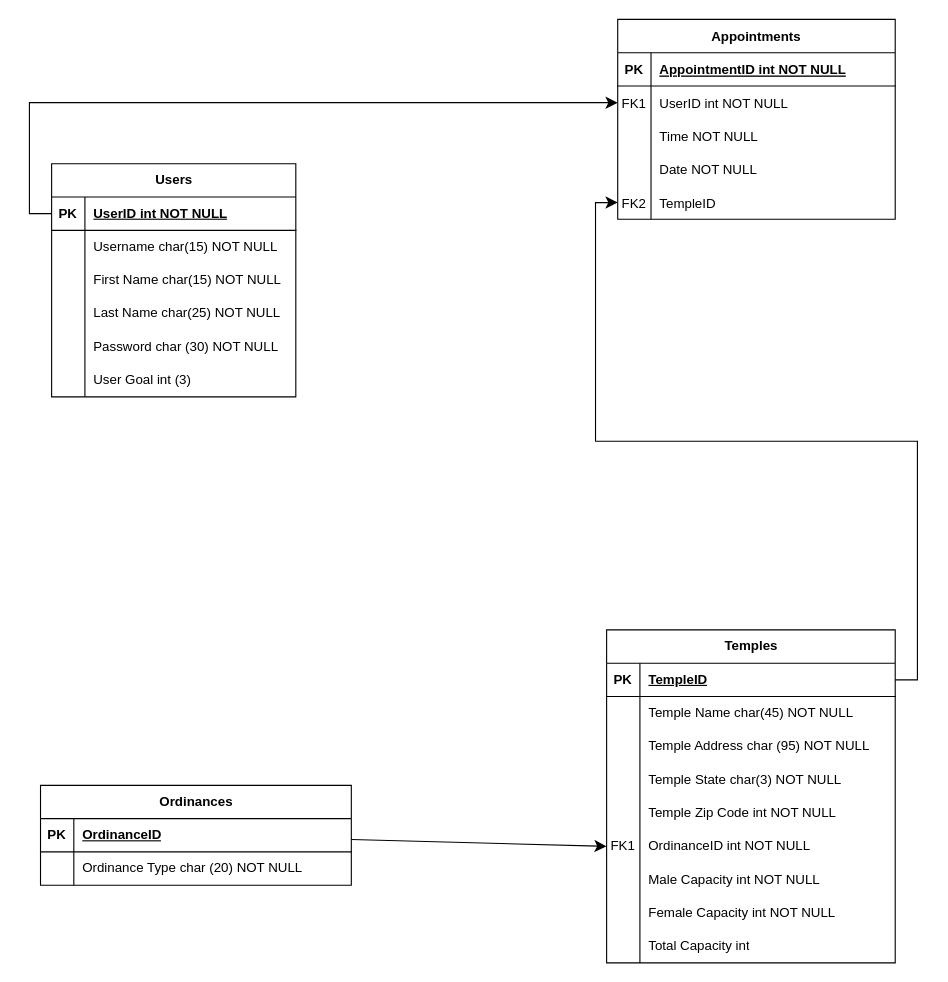
The draw.io diagram 401TempleERD.drawio in randengrims/401TempleApp, before the edit. Source tidied: cells renumbered, new cells numbered last; positions are measured from the earlier drawing's top-left corner, leaving out a move shared by most shapes. Both pictures are drawn from the tidied source at 111%, with x=0, y=0 at pixel (40, 19).
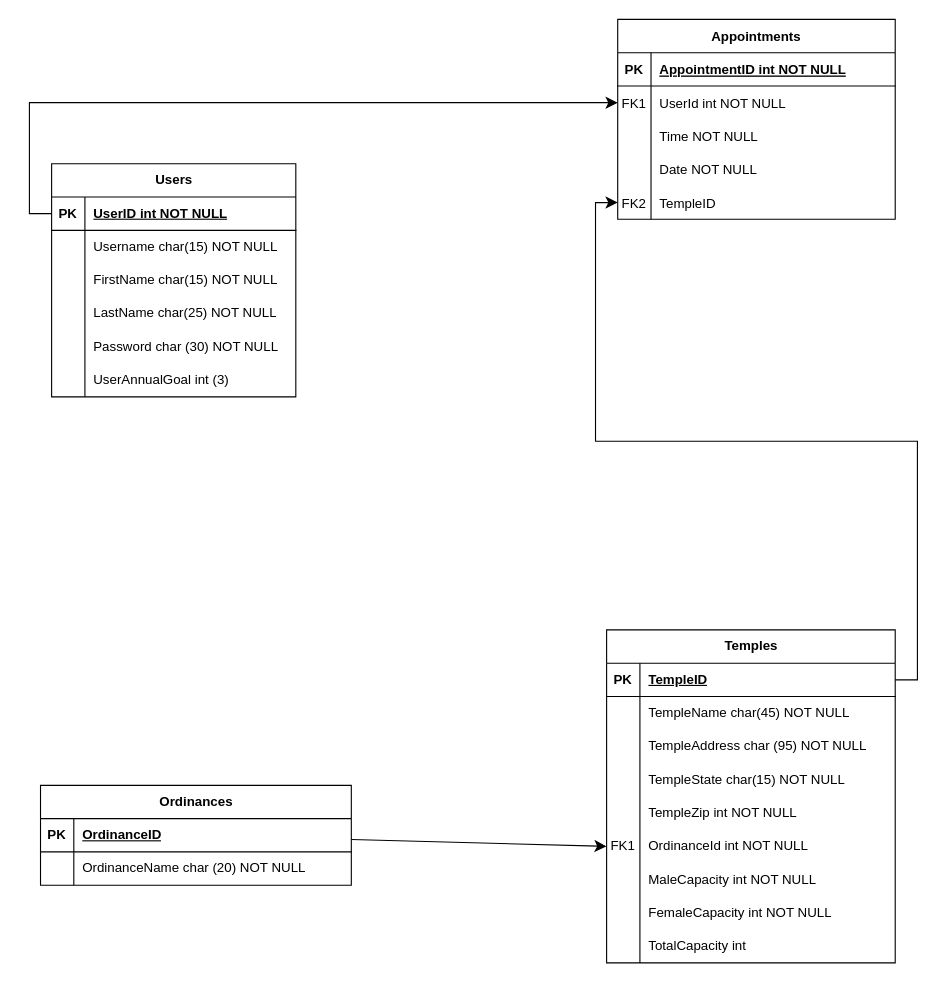
The same diagram, later.

Unchanged cells that the change refers to:
```xml
<mxCell id="6" style="shape=partialRectangle;fillColor=none;points=[[0,0.5],[1,0.5]];portConstraint=eastwest;top=0;left=0;right=0;bottom=0;" parent="2" vertex="1">
  <mxGeometry y="60" width="250" height="30" as="geometry" />
</mxCell>
<mxCell id="25" style="shape=tableRow;horizontal=0;startSize=0;swimlaneHead=0;swimlaneBody=0;fillColor=none;top=0;left=0;right=0;bottom=0;" parent="18" vertex="1">
  <mxGeometry y="90" width="220" height="30" as="geometry" />
</mxCell>
<mxCell id="28" style="shape=tableRow;horizontal=0;startSize=0;swimlaneHead=0;swimlaneBody=0;fillColor=none;top=0;left=0;right=0;bottom=0;" parent="18" vertex="1">
  <mxGeometry y="120" width="220" height="30" as="geometry" />
</mxCell>
<mxCell id="34" style="shape=tableRow;horizontal=0;startSize=0;swimlaneHead=0;swimlaneBody=0;fillColor=none;top=0;left=0;right=0;bottom=0;" parent="18" vertex="1">
  <mxGeometry y="180" width="220" height="30" as="geometry" />
</mxCell>
<mxCell id="41" style="shape=tableRow;horizontal=0;startSize=0;swimlaneHead=0;swimlaneBody=0;fillColor=none;top=0;left=0;right=0;bottom=0;" parent="37" vertex="1">
  <mxGeometry y="60" width="260" height="30" as="geometry" />
</mxCell>
<mxCell id="44" style="shape=tableRow;horizontal=0;startSize=0;swimlaneHead=0;swimlaneBody=0;fillColor=none;top=0;left=0;right=0;bottom=0;" parent="37" vertex="1">
  <mxGeometry y="90" width="260" height="30" as="geometry" />
</mxCell>
<mxCell id="47" style="shape=tableRow;horizontal=0;startSize=0;swimlaneHead=0;swimlaneBody=0;fillColor=none;top=0;left=0;right=0;bottom=0;" parent="37" vertex="1">
  <mxGeometry y="120" width="260" height="30" as="geometry" />
</mxCell>
<mxCell id="50" style="shape=tableRow;horizontal=0;startSize=0;swimlaneHead=0;swimlaneBody=0;fillColor=none;top=0;left=0;right=0;bottom=0;" parent="37" vertex="1">
  <mxGeometry y="150" width="260" height="30" as="geometry" />
</mxCell>
<mxCell id="53" style="shape=tableRow;horizontal=0;startSize=0;swimlaneHead=0;swimlaneBody=0;fillColor=none;points=[[0,0.5],[1,0.5]];portConstraint=eastwest;top=0;left=0;right=0;bottom=0;" parent="37" vertex="1">
  <mxGeometry y="180" width="260" height="30" as="geometry" />
</mxCell>
<mxCell id="56" style="shape=tableRow;horizontal=0;startSize=0;swimlaneHead=0;swimlaneBody=0;fillColor=none;top=0;left=0;right=0;bottom=0;" parent="37" vertex="1">
  <mxGeometry y="210" width="260" height="30" as="geometry" />
</mxCell>
<mxCell id="59" style="shape=tableRow;horizontal=0;startSize=0;swimlaneHead=0;swimlaneBody=0;fillColor=none;top=0;left=0;right=0;bottom=0;" parent="37" vertex="1">
  <mxGeometry y="240" width="260" height="30" as="geometry" />
</mxCell>
<mxCell id="62" style="shape=tableRow;horizontal=0;startSize=0;swimlaneHead=0;swimlaneBody=0;fillColor=none;top=0;left=0;right=0;bottom=0;" parent="37" vertex="1">
  <mxGeometry y="270" width="260" height="30" as="geometry" />
</mxCell>
<mxCell id="69" style="shape=tableRow;horizontal=0;startSize=0;swimlaneHead=0;swimlaneBody=0;fillColor=none;top=0;left=0;right=0;bottom=0;" parent="65" vertex="1">
  <mxGeometry y="60" width="280" height="30" as="geometry" />
</mxCell>
```

Diff of the diagram source:
```diff
@@
-    <mxCell id="8" value="UserID int NOT NULL" style="shape=partialRectangle;overflow=hidden;fillColor=none;top=0;left=0;bottom=0;right=0;align=left;spacingLeft=6;" parent="6" vertex="1">
+    <mxCell id="8" value="UserId int NOT NULL" style="shape=partialRectangle;overflow=hidden;fillColor=none;top=0;left=0;bottom=0;right=0;align=left;spacingLeft=6;" parent="6" vertex="1">
       <mxGeometry x="30" width="220" height="30" as="geometry" />
     </mxCell>
@@
-    <mxCell id="27" value="&lt;span style=&quot;text-wrap-mode: nowrap;&quot;&gt;First Name char(15) NOT NULL&lt;/span&gt;" style="shape=partialRectangle;fillColor=none;top=0;left=0;bottom=0;right=0;align=left;spacingLeft=6;overflow=hidden;whiteSpace=wrap;html=1;" parent="25" vertex="1">
+    <mxCell id="27" value="&lt;span style=&quot;text-wrap-mode: nowrap;&quot;&gt;FirstName char(15) NOT NULL&lt;/span&gt;" style="shape=partialRectangle;fillColor=none;top=0;left=0;bottom=0;right=0;align=left;spacingLeft=6;overflow=hidden;whiteSpace=wrap;html=1;" parent="25" vertex="1">
       <mxGeometry x="30" width="190" height="30" as="geometry" />
     </mxCell>
@@
-    <mxCell id="30" value="&lt;span style=&quot;text-wrap-mode: nowrap;&quot;&gt;Last Name char(25) NOT NULL&lt;/span&gt;" style="shape=partialRectangle;fillColor=none;top=0;left=0;bottom=0;right=0;align=left;spacingLeft=6;overflow=hidden;whiteSpace=wrap;html=1;" parent="28" vertex="1">
+    <mxCell id="30" value="&lt;span style=&quot;text-wrap-mode: nowrap;&quot;&gt;LastName char(25) NOT NULL&lt;/span&gt;" style="shape=partialRectangle;fillColor=none;top=0;left=0;bottom=0;right=0;align=left;spacingLeft=6;overflow=hidden;whiteSpace=wrap;html=1;" parent="28" vertex="1">
       <mxGeometry x="30" width="190" height="30" as="geometry" />
     </mxCell>
@@
-    <mxCell id="36" value="User Goal int (3)" style="shape=partialRectangle;fillColor=none;top=0;left=0;bottom=0;right=0;align=left;spacingLeft=6;overflow=hidden;whiteSpace=wrap;html=1;" parent="34" vertex="1">
+    <mxCell id="36" value="UserAnnualGoal int (3)" style="shape=partialRectangle;fillColor=none;top=0;left=0;bottom=0;right=0;align=left;spacingLeft=6;overflow=hidden;whiteSpace=wrap;html=1;" parent="34" vertex="1">
       <mxGeometry x="30" width="190" height="30" as="geometry" />
     </mxCell>
@@
-    <mxCell id="43" value="&lt;span style=&quot;text-wrap-mode: nowrap;&quot;&gt;Temple Name char(45) NOT NULL&lt;/span&gt;" style="shape=partialRectangle;fillColor=none;top=0;left=0;bottom=0;right=0;align=left;spacingLeft=6;overflow=hidden;whiteSpace=wrap;html=1;" parent="41" vertex="1">
+    <mxCell id="43" value="&lt;span style=&quot;text-wrap-mode: nowrap;&quot;&gt;TempleName char(45) NOT NULL&lt;/span&gt;" style="shape=partialRectangle;fillColor=none;top=0;left=0;bottom=0;right=0;align=left;spacingLeft=6;overflow=hidden;whiteSpace=wrap;html=1;" parent="41" vertex="1">
       <mxGeometry x="30" width="230" height="30" as="geometry" />
     </mxCell>
@@
-    <mxCell id="46" value="&lt;span style=&quot;text-wrap-mode: nowrap;&quot;&gt;Temple Address char (95) NOT NULL&lt;/span&gt;" style="shape=partialRectangle;fillColor=none;top=0;left=0;bottom=0;right=0;align=left;spacingLeft=6;overflow=hidden;whiteSpace=wrap;html=1;" parent="44" vertex="1">
+    <mxCell id="46" value="&lt;span style=&quot;text-wrap-mode: nowrap;&quot;&gt;TempleAddress char (95) NOT NULL&lt;/span&gt;" style="shape=partialRectangle;fillColor=none;top=0;left=0;bottom=0;right=0;align=left;spacingLeft=6;overflow=hidden;whiteSpace=wrap;html=1;" parent="44" vertex="1">
       <mxGeometry x="30" width="230" height="30" as="geometry" />
     </mxCell>
@@
-    <mxCell id="49" value="Temple State char(3) NOT NULL" style="shape=partialRectangle;fillColor=none;top=0;left=0;bottom=0;right=0;align=left;spacingLeft=6;overflow=hidden;whiteSpace=wrap;html=1;" parent="47" vertex="1">
+    <mxCell id="49" value="TempleState char(15) NOT NULL" style="shape=partialRectangle;fillColor=none;top=0;left=0;bottom=0;right=0;align=left;spacingLeft=6;overflow=hidden;whiteSpace=wrap;html=1;" parent="47" vertex="1">
       <mxGeometry x="30" width="230" height="30" as="geometry" />
     </mxCell>
@@
-    <mxCell id="52" value="Temple Zip Code int NOT NULL" style="shape=partialRectangle;fillColor=none;top=0;left=0;bottom=0;right=0;align=left;spacingLeft=6;overflow=hidden;whiteSpace=wrap;html=1;" parent="50" vertex="1">
+    <mxCell id="52" value="TempleZip int NOT NULL" style="shape=partialRectangle;fillColor=none;top=0;left=0;bottom=0;right=0;align=left;spacingLeft=6;overflow=hidden;whiteSpace=wrap;html=1;" parent="50" vertex="1">
       <mxGeometry x="30" width="230" height="30" as="geometry" />
     </mxCell>
@@
-    <mxCell id="55" value="OrdinanceID int NOT NULL" style="shape=partialRectangle;fillColor=none;top=0;left=0;bottom=0;right=0;align=left;spacingLeft=6;overflow=hidden;whiteSpace=wrap;html=1;" parent="53" vertex="1">
+    <mxCell id="55" value="OrdinanceId int NOT NULL" style="shape=partialRectangle;fillColor=none;top=0;left=0;bottom=0;right=0;align=left;spacingLeft=6;overflow=hidden;whiteSpace=wrap;html=1;" parent="53" vertex="1">
       <mxGeometry x="30" width="230" height="30" as="geometry" />
     </mxCell>
@@
-    <mxCell id="58" value="Male Capacity int NOT NULL" style="shape=partialRectangle;fillColor=none;top=0;left=0;bottom=0;right=0;align=left;spacingLeft=6;overflow=hidden;whiteSpace=wrap;html=1;" parent="56" vertex="1">
+    <mxCell id="58" value="MaleCapacity int NOT NULL" style="shape=partialRectangle;fillColor=none;top=0;left=0;bottom=0;right=0;align=left;spacingLeft=6;overflow=hidden;whiteSpace=wrap;html=1;" parent="56" vertex="1">
       <mxGeometry x="30" width="230" height="30" as="geometry" />
     </mxCell>
@@
-    <mxCell id="61" value="Female Capacity int NOT NULL" style="shape=partialRectangle;fillColor=none;top=0;left=0;bottom=0;right=0;align=left;spacingLeft=6;overflow=hidden;whiteSpace=wrap;html=1;" parent="59" vertex="1">
+    <mxCell id="61" value="FemaleCapacity int NOT NULL" style="shape=partialRectangle;fillColor=none;top=0;left=0;bottom=0;right=0;align=left;spacingLeft=6;overflow=hidden;whiteSpace=wrap;html=1;" parent="59" vertex="1">
       <mxGeometry x="30" width="230" height="30" as="geometry" />
     </mxCell>
@@
-    <mxCell id="64" value="Total Capacity int" style="shape=partialRectangle;fillColor=none;top=0;left=0;bottom=0;right=0;align=left;spacingLeft=6;overflow=hidden;whiteSpace=wrap;html=1;" parent="62" vertex="1">
+    <mxCell id="64" value="TotalCapacity int" style="shape=partialRectangle;fillColor=none;top=0;left=0;bottom=0;right=0;align=left;spacingLeft=6;overflow=hidden;whiteSpace=wrap;html=1;" parent="62" vertex="1">
       <mxGeometry x="30" width="230" height="30" as="geometry" />
     </mxCell>
@@
-    <mxCell id="71" value="Ordinance Type char (20) NOT NULL" style="shape=partialRectangle;fillColor=none;top=0;left=0;bottom=0;right=0;align=left;spacingLeft=6;overflow=hidden;whiteSpace=wrap;html=1;" parent="69" vertex="1">
+    <mxCell id="71" value="OrdinanceName char (20) NOT NULL" style="shape=partialRectangle;fillColor=none;top=0;left=0;bottom=0;right=0;align=left;spacingLeft=6;overflow=hidden;whiteSpace=wrap;html=1;" parent="69" vertex="1">
       <mxGeometry x="30" width="250" height="30" as="geometry" />
     </mxCell>
```
